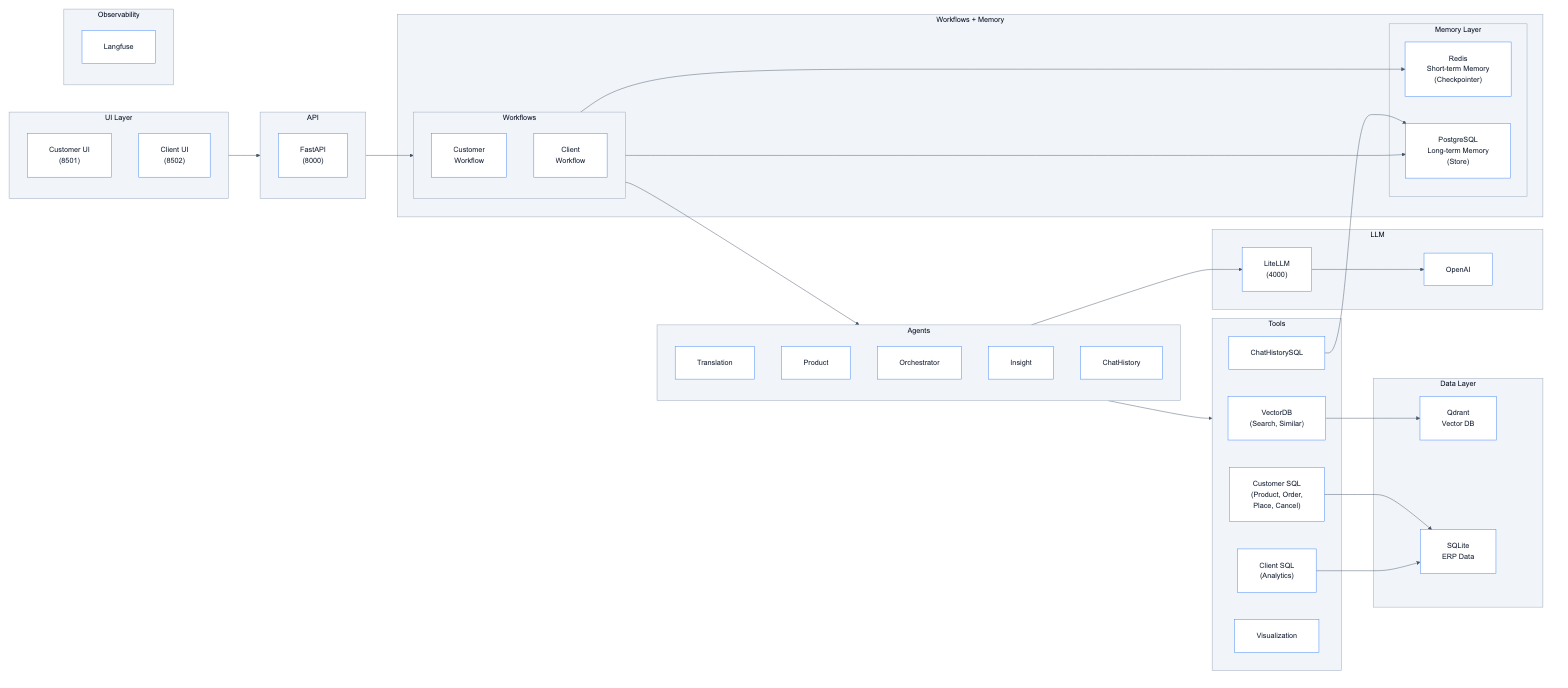
The Mermaid diagram docs/assets/diagrams/misc/README_1.png in mhokchuekchuek/mtl_agent, before a commit. Its source is kept beside it as docs/assets/diagrams/misc/README_1.mmd.
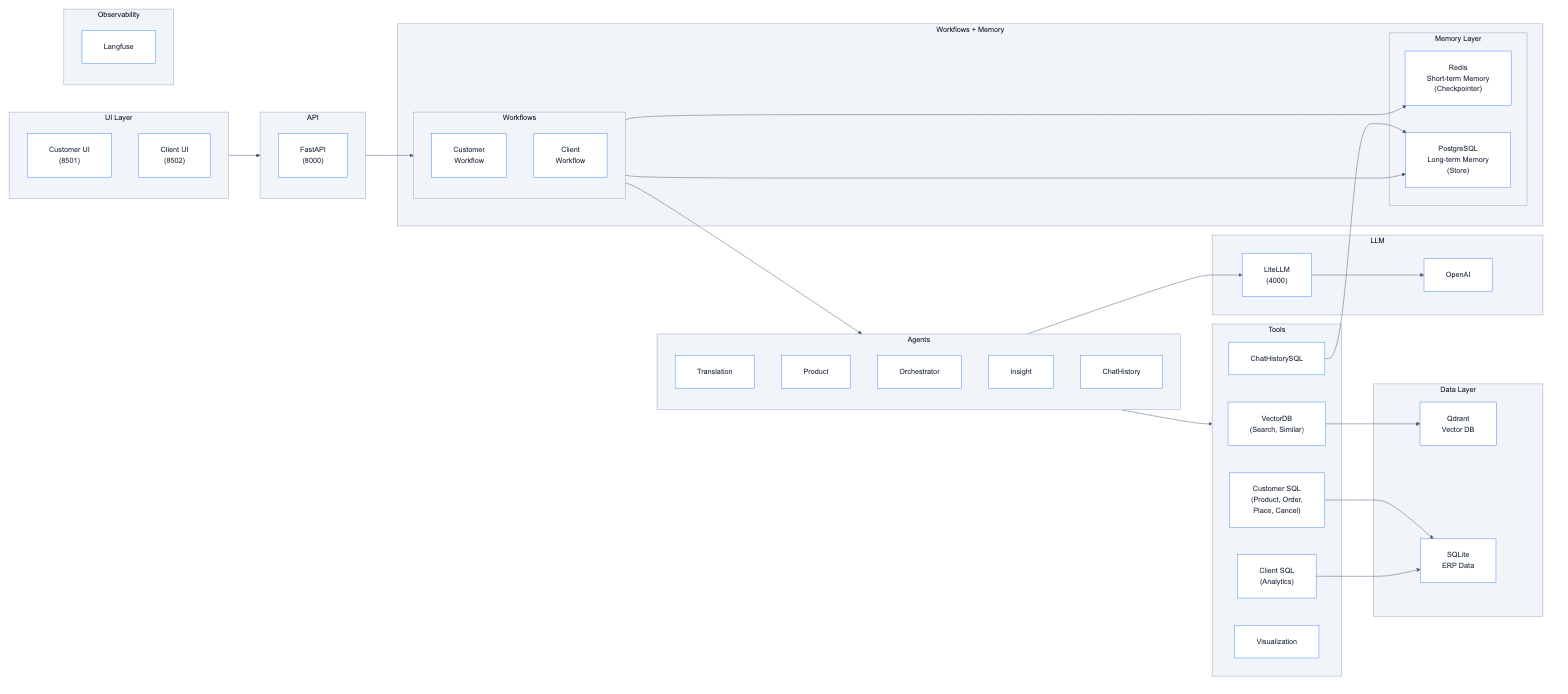
The same file after the commit.

Commit message:
docs: update architecture diagram

The edit, as a diff of the source:
```diff
@@ -9,6 +9,7 @@
     end
 
     subgraph WF_Memory["Workflows + Memory"]
+        direction TB
         subgraph Workflows["Workflows"]
             CustomerWF["Customer<br/>Workflow"]
             ClientWF["Client<br/>Workflow"]
@@ -17,6 +18,7 @@
             Redis["Redis<br/>Short-term Memory<br/>(Checkpointer)"]
             Postgres["PostgreSQL<br/>Long-term Memory<br/>(Store)"]
         end
+        Workflows ~~~ Memory
     end
 
     subgraph Agents["Agents"]
```
